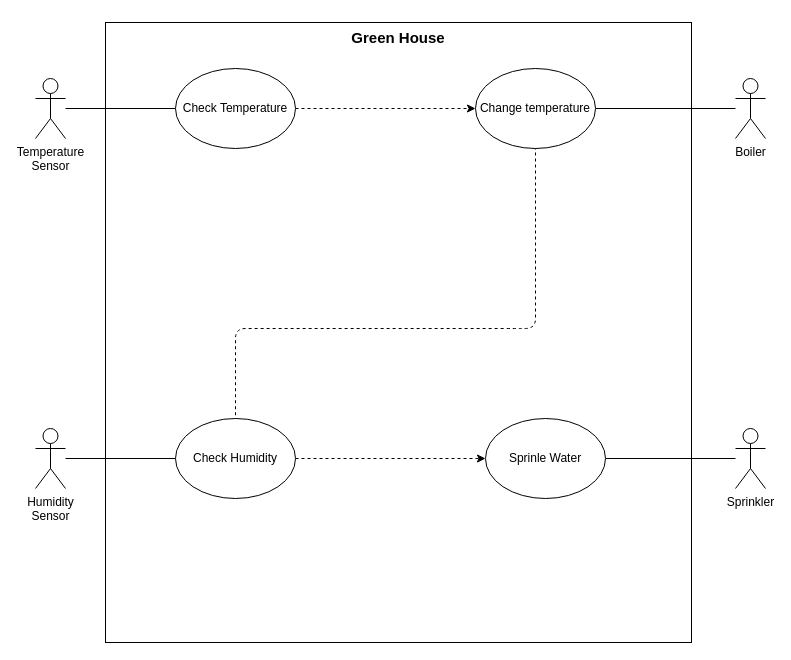
Above: UseCaseDiagram.drawio in CT4nk3r/GreenHouseProjectSoftMod (draw.io), before the change. Source tidied: cells renumbered, new cells numbered last; positions are measured from the earlier drawing's top-left corner, leaving out a move shared by most shapes. Both pictures are drawn from the tidied source at 100%, with x=0, y=0 at pixel (35, 22).
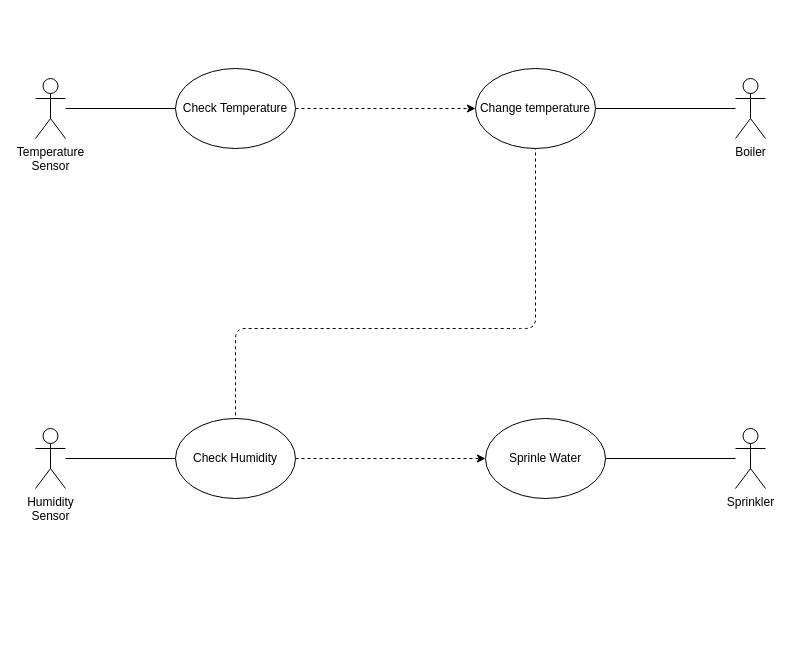
The same page after the edit.

Diff of the diagram source:
```diff
@@
-    <mxCell id="2" value="&lt;h2 style=&quot;line-height: 1.2; font-size: 15px;&quot;&gt;Green House&lt;/h2&gt;" style="rounded=0;whiteSpace=wrap;html=1;verticalAlign=top;labelBackgroundColor=none;fontSize=15;spacing=-10;" parent="1" vertex="1">
-      <mxGeometry x="70" width="586" height="620" as="geometry" />
-    </mxCell>
```
